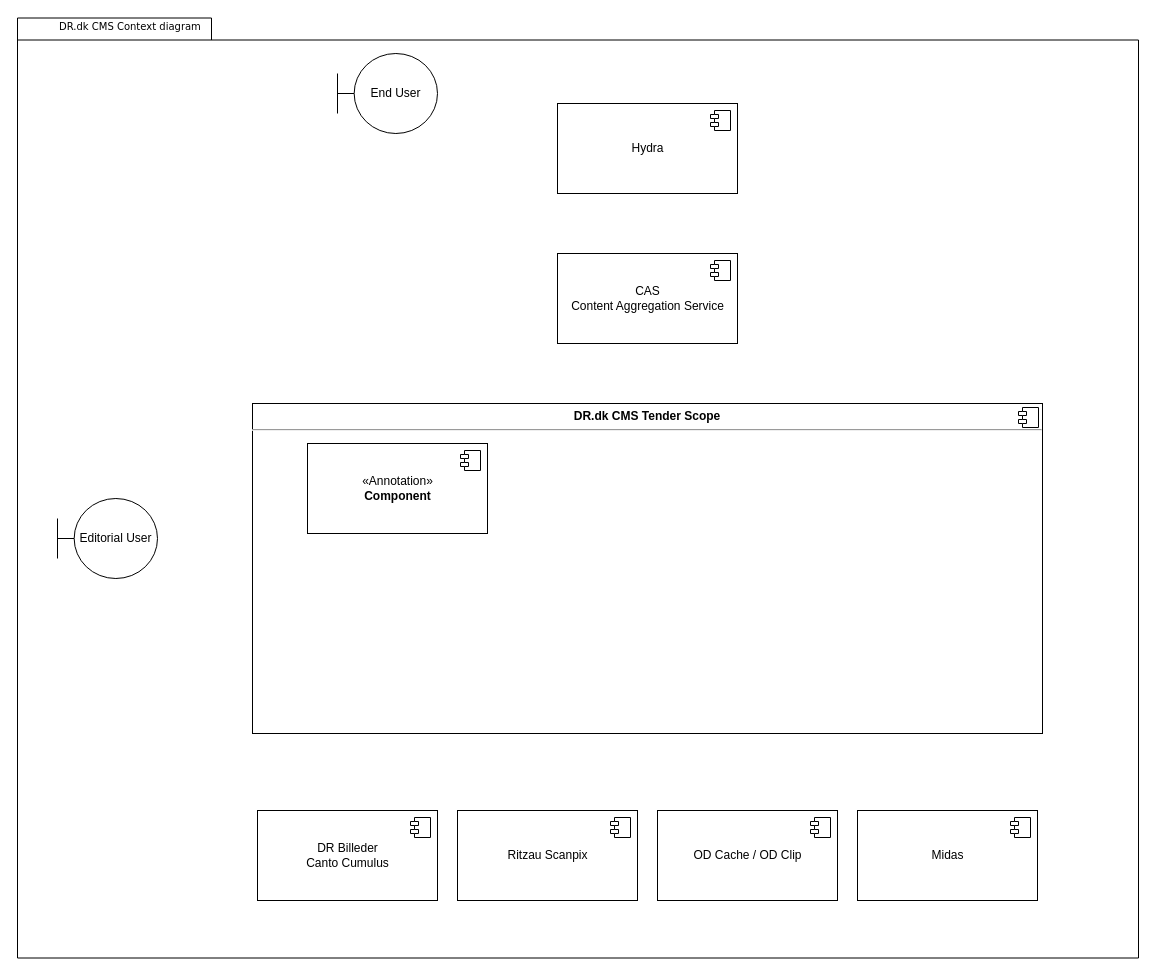
Earlier version of the draw.io diagram draw-io/CMS and related components.drawio (drdkjtop/arkitektur). Source tidied: cells renumbered, new cells numbered last; positions are measured from the earlier drawing's top-left corner, leaving out a move shared by most shapes. Both pictures are drawn from the tidied source at 100%, with x=0, y=0 at pixel (17, 17).
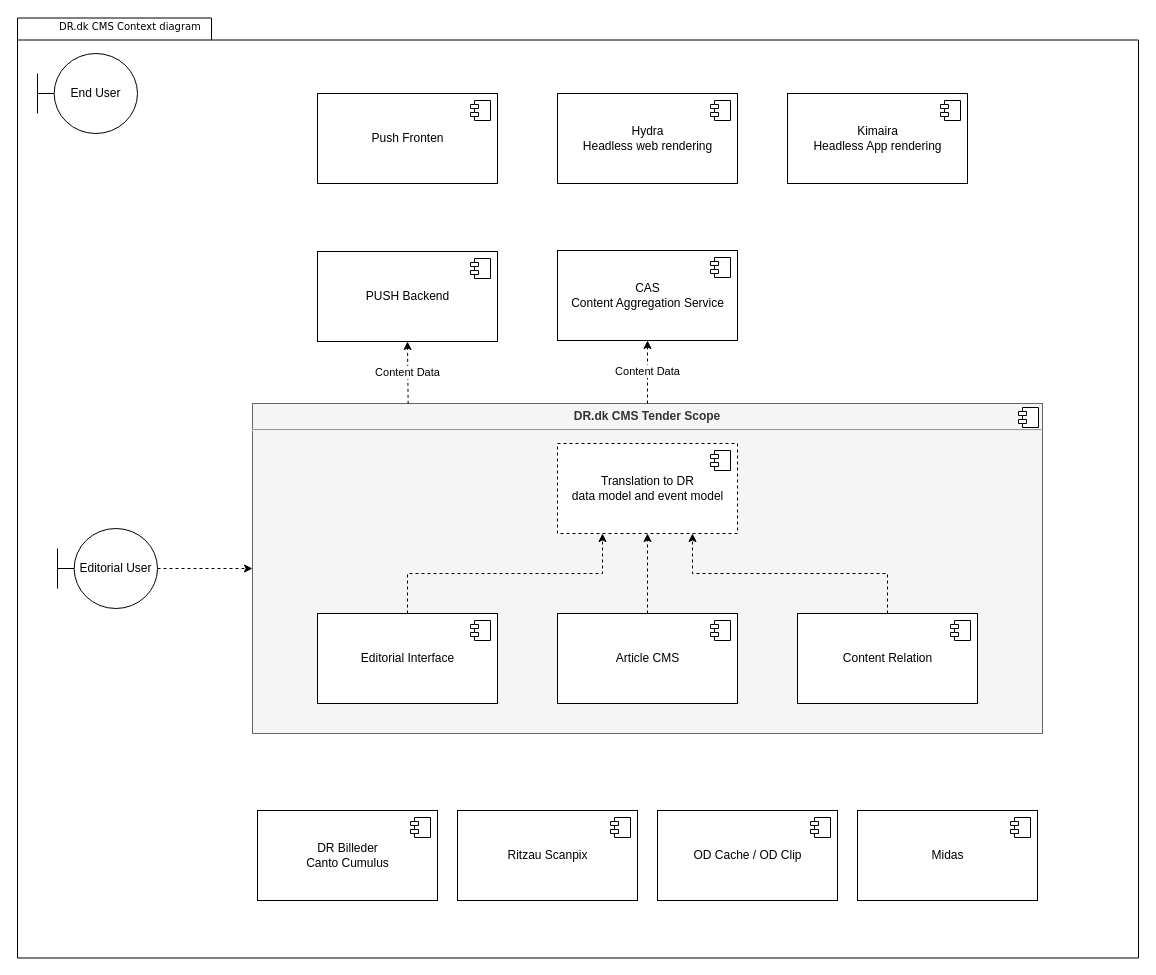
The same diagram, later.

What changed in the source:
```diff
@@
-    <mxCell id="5" value="&lt;p style=&quot;margin: 0px ; margin-top: 6px ; text-align: center&quot;&gt;&lt;b&gt;DR.dk CMS Tender Scope&lt;/b&gt;&lt;/p&gt;&lt;hr&gt;&lt;p style=&quot;margin: 0px ; margin-left: 8px&quot;&gt;&lt;br&gt;&lt;/p&gt;" style="align=left;overflow=fill;html=1;" parent="1" vertex="1">
+    <mxCell id="5" value="&lt;p style=&quot;margin: 0px ; margin-top: 6px ; text-align: center&quot;&gt;&lt;b&gt;DR.dk CMS Tender Scope&lt;/b&gt;&lt;/p&gt;&lt;hr&gt;&lt;p style=&quot;margin: 0px ; margin-left: 8px&quot;&gt;&lt;br&gt;&lt;/p&gt;" style="align=left;overflow=fill;html=1;fillColor=#f5f5f5;fontColor=#333333;strokeColor=#666666;" parent="1" vertex="1">
       <mxGeometry x="235" y="386" width="790" height="330" as="geometry" />
     </mxCell>
@@
+    <mxCell id="23" style="edgeStyle=orthogonalEdgeStyle;rounded=0;jettySize=auto;html=1;exitX=0.5;exitY=0;exitDx=0;exitDy=0;entryX=0.75;entryY=1;entryDx=0;entryDy=0;dashed=1;" parent="1" edge="1" source="7" target="31">
+      <mxGeometry relative="1" as="geometry" />
+    </mxCell>
-    <mxCell id="7" value="&amp;laquo;Annotation&amp;raquo;&lt;br/&gt;&lt;b&gt;Component&lt;/b&gt;" style="html=1;" parent="1" vertex="1">
-      <mxGeometry x="290" y="426" width="180" height="90" as="geometry" />
+    <mxCell id="7" value="Content Relation" style="html=1;" parent="1" vertex="1">
+      <mxGeometry x="780" y="596" width="180" height="90" as="geometry" />
     </mxCell>
@@
     <mxCell id="9" value="CAS&lt;br&gt;Content Aggregation Service" style="html=1;" parent="1" vertex="1">
-      <mxGeometry x="540" y="236" width="180" height="90" as="geometry" />
+      <mxGeometry x="540" y="233" width="180" height="90" as="geometry" />
     </mxCell>
@@
+    <mxCell id="24" style="edgeStyle=orthogonalEdgeStyle;rounded=0;jettySize=auto;html=1;entryX=0;entryY=0.5;entryDx=0;entryDy=0;dashed=1;" parent="1" edge="1" source="19" target="5">
+      <mxGeometry relative="1" as="geometry" />
+    </mxCell>
     <mxCell id="19" value="Editorial User" style="shape=umlBoundary;whiteSpace=wrap;html=1;" parent="1" vertex="1">
-      <mxGeometry x="40" y="481" width="100" height="80" as="geometry" />
+      <mxGeometry x="40" y="511" width="100" height="80" as="geometry" />
     </mxCell>
-    <mxCell id="20" value="Hydra" style="html=1;" parent="1" vertex="1">
-      <mxGeometry x="540" y="86" width="180" height="90" as="geometry" />
+    <mxCell id="20" value="Hydra&lt;br&gt;Headless web rendering" style="html=1;" parent="1" vertex="1">
+      <mxGeometry x="540" y="76" width="180" height="90" as="geometry" />
     </mxCell>
@@
     <mxCell id="22" value="End User" style="shape=umlBoundary;whiteSpace=wrap;html=1;" parent="1" vertex="1">
-      <mxGeometry x="320" y="36" width="100" height="80" as="geometry" />
+      <mxGeometry x="20" y="36" width="100" height="80" as="geometry" />
     </mxCell>
+    <mxCell id="25" style="edgeStyle=orthogonalEdgeStyle;rounded=0;jettySize=auto;html=1;exitX=0.5;exitY=0;exitDx=0;exitDy=0;entryX=0.5;entryY=1;entryDx=0;entryDy=0;dashed=1;" parent="1" edge="1" source="26" target="31">
+      <mxGeometry relative="1" as="geometry" />
+    </mxCell>
+    <mxCell id="26" value="Article CMS" style="html=1;" parent="1" vertex="1">
+      <mxGeometry x="540" y="596" width="180" height="90" as="geometry" />
+    </mxCell>
+    <mxCell id="27" style="shape=module;jettyWidth=8;jettyHeight=4;" parent="26" vertex="1">
+      <mxGeometry x="1" width="20" height="20" relative="1" as="geometry">
+        <mxPoint x="-27" y="7" as="offset" />
+      </mxGeometry>
+    </mxCell>
+    <mxCell id="28" style="edgeStyle=orthogonalEdgeStyle;rounded=0;jettySize=auto;html=1;exitX=0.5;exitY=0;exitDx=0;exitDy=0;entryX=0.25;entryY=1;entryDx=0;entryDy=0;dashed=1;" parent="1" edge="1" source="29" target="31">
+      <mxGeometry relative="1" as="geometry" />
+    </mxCell>
+    <mxCell id="29" value="Editorial Interface" style="html=1;" parent="1" vertex="1">
+      <mxGeometry x="300" y="596" width="180" height="90" as="geometry" />
+    </mxCell>
+    <mxCell id="30" style="shape=module;jettyWidth=8;jettyHeight=4;" parent="29" vertex="1">
+      <mxGeometry x="1" width="20" height="20" relative="1" as="geometry">
+        <mxPoint x="-27" y="7" as="offset" />
+      </mxGeometry>
+    </mxCell>
+    <mxCell id="31" value="Translation to DR &lt;br&gt;data model and event model" style="html=1;dashed=1;" parent="1" vertex="1">
+      <mxGeometry x="540" y="426" width="180" height="90" as="geometry" />
+    </mxCell>
+    <mxCell id="32" style="shape=module;jettyWidth=8;jettyHeight=4;" parent="31" vertex="1">
+      <mxGeometry x="1" width="20" height="20" relative="1" as="geometry">
+        <mxPoint x="-27" y="7" as="offset" />
+      </mxGeometry>
+    </mxCell>
+    <mxCell id="33" value="Content Data" style="endArrow=classic;html=1;rounded=0;exitX=0.5;exitY=0;exitDx=0;exitDy=0;entryX=0.5;entryY=1;entryDx=0;entryDy=0;dashed=1;" parent="1" edge="1" source="5" target="9">
+      <mxGeometry relative="1" as="geometry" />
+    </mxCell>
+    <mxCell id="34" value="PUSH Backend" style="html=1;" parent="1" vertex="1">
+      <mxGeometry x="300" y="234" width="180" height="90" as="geometry" />
+    </mxCell>
+    <mxCell id="35" style="shape=module;jettyWidth=8;jettyHeight=4;" parent="34" vertex="1">
+      <mxGeometry x="1" width="20" height="20" relative="1" as="geometry">
+        <mxPoint x="-27" y="7" as="offset" />
+      </mxGeometry>
+    </mxCell>
+    <mxCell id="36" value="Content Data" style="endArrow=classic;html=1;rounded=0;exitX=0.197;exitY=0.001;exitDx=0;exitDy=0;entryX=0.5;entryY=1;entryDx=0;entryDy=0;dashed=1;exitPerimeter=0;" parent="1" edge="1" source="5" target="34">
+      <mxGeometry relative="1" as="geometry" />
+    </mxCell>
+    <mxCell id="37" value="Kimaira&lt;br&gt;Headless App rendering" style="html=1;" parent="1" vertex="1">
+      <mxGeometry x="770" y="76" width="180" height="90" as="geometry" />
+    </mxCell>
+    <mxCell id="38" style="shape=module;jettyWidth=8;jettyHeight=4;" parent="37" vertex="1">
+      <mxGeometry x="1" width="20" height="20" relative="1" as="geometry">
+        <mxPoint x="-27" y="7" as="offset" />
+      </mxGeometry>
+    </mxCell>
+    <mxCell id="39" value="Push Fronten" style="html=1;" parent="1" vertex="1">
+      <mxGeometry x="300" y="76" width="180" height="90" as="geometry" />
+    </mxCell>
+    <mxCell id="40" style="shape=module;jettyWidth=8;jettyHeight=4;" parent="39" vertex="1">
+      <mxGeometry x="1" width="20" height="20" relative="1" as="geometry">
+        <mxPoint x="-27" y="7" as="offset" />
+      </mxGeometry>
+    </mxCell>
```
